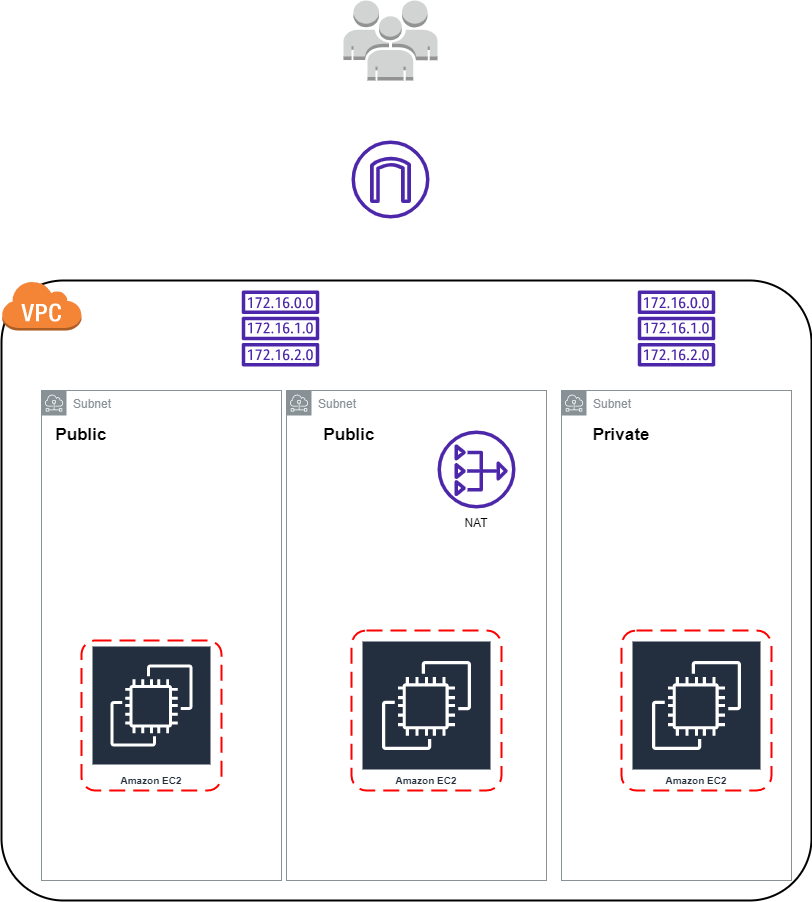
Before: Tools/VPC.drawio.png, a diagram exported from draw.io (ManuGeorge96/ManuGeorge96). Source tidied: cells renumbered, new cells last; positions are measured from the earlier drawing's top-left corner, leaving out a move shared by most shapes.
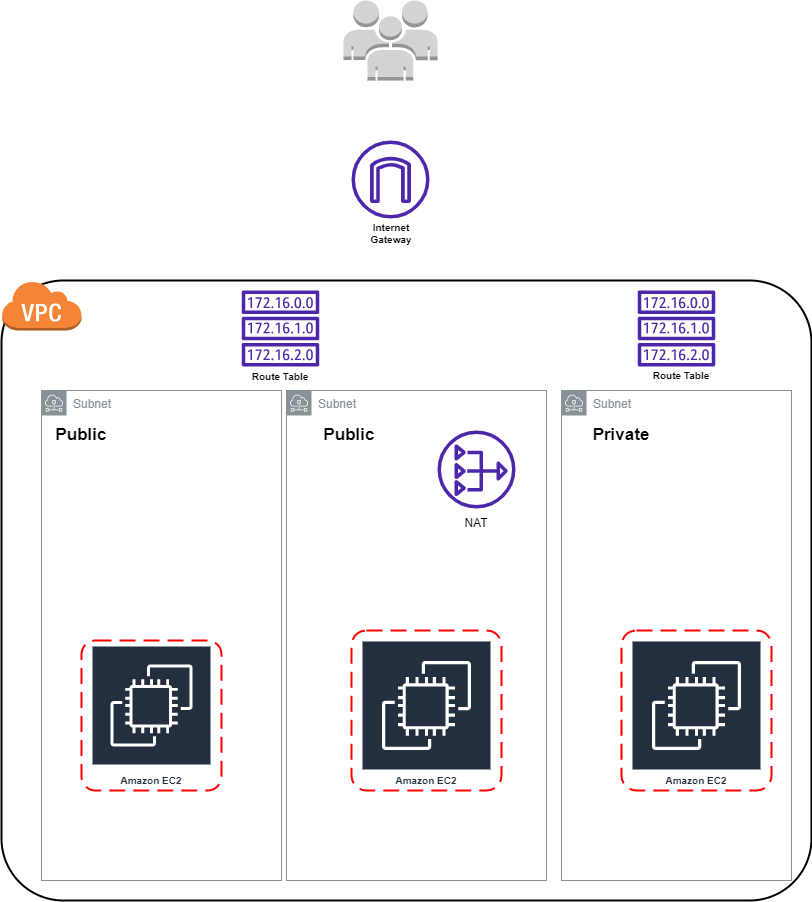
After the change.

Change to the diagram source:
```diff
@@ -62,5 +62,14 @@
     <mxCell id="21" value="&lt;b&gt;Private&lt;/b&gt;" style="text;html=1;strokeColor=none;fillColor=none;align=center;verticalAlign=middle;whiteSpace=wrap;rounded=0;fontSize=17;" parent="1" vertex="1">
       <mxGeometry x="590" y="420" width="60" height="30" as="geometry" />
     </mxCell>
+    <mxCell id="22" value="&lt;span style=&quot;font-size: 11px&quot;&gt;&lt;b style=&quot;font-size: 10px&quot;&gt;Route Table&lt;/b&gt;&lt;/span&gt;" style="text;html=1;strokeColor=none;fillColor=none;align=center;verticalAlign=middle;whiteSpace=wrap;rounded=0;fontSize=17;" parent="1" vertex="1">
+      <mxGeometry x="249" y="360" width="60" height="30" as="geometry" />
+    </mxCell>
+    <mxCell id="23" value="&lt;b&gt;Route Table&lt;/b&gt;" style="text;html=1;strokeColor=none;fillColor=none;align=center;verticalAlign=middle;whiteSpace=wrap;rounded=0;fontSize=10;" parent="1" vertex="1">
+      <mxGeometry x="650" y="360" width="60" height="30" as="geometry" />
+    </mxCell>
+    <mxCell id="24" value="&lt;b&gt;Internet Gateway&lt;/b&gt;" style="text;html=1;strokeColor=none;fillColor=none;align=center;verticalAlign=middle;whiteSpace=wrap;rounded=0;fontSize=10;" parent="1" vertex="1">
+      <mxGeometry x="360" y="218" width="60" height="30" as="geometry" />
+    </mxCell>
   </root>
 </mxGraphModel>
```
